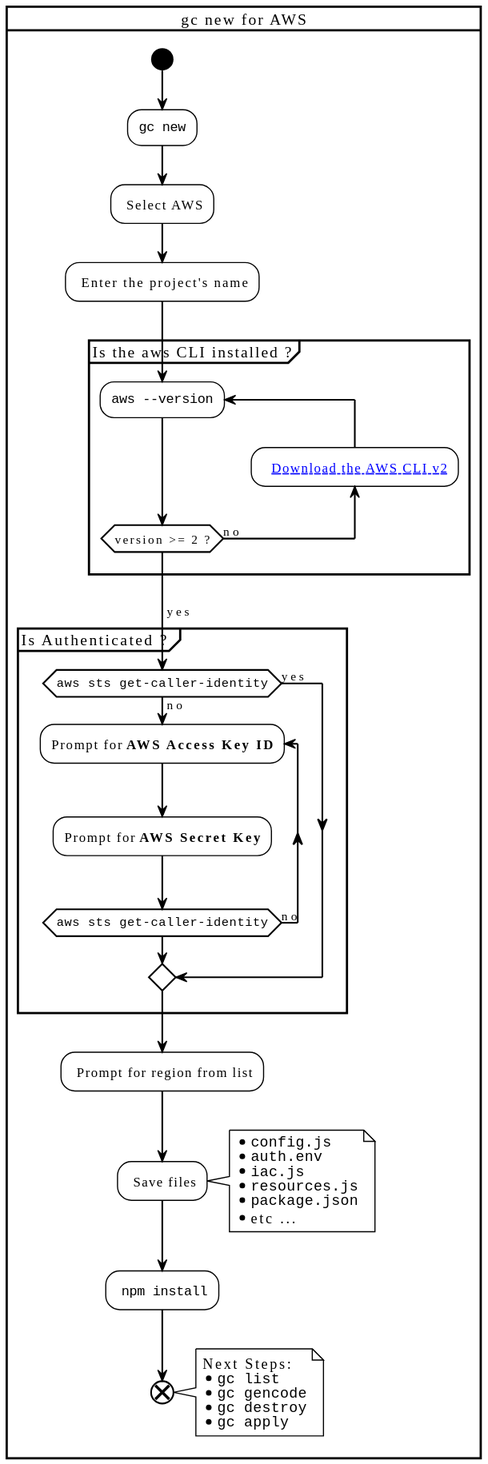
The PlantUML diagram docusaurus/plantuml/gc-new-aws.svg in grucloud/grucloud, before a commit.
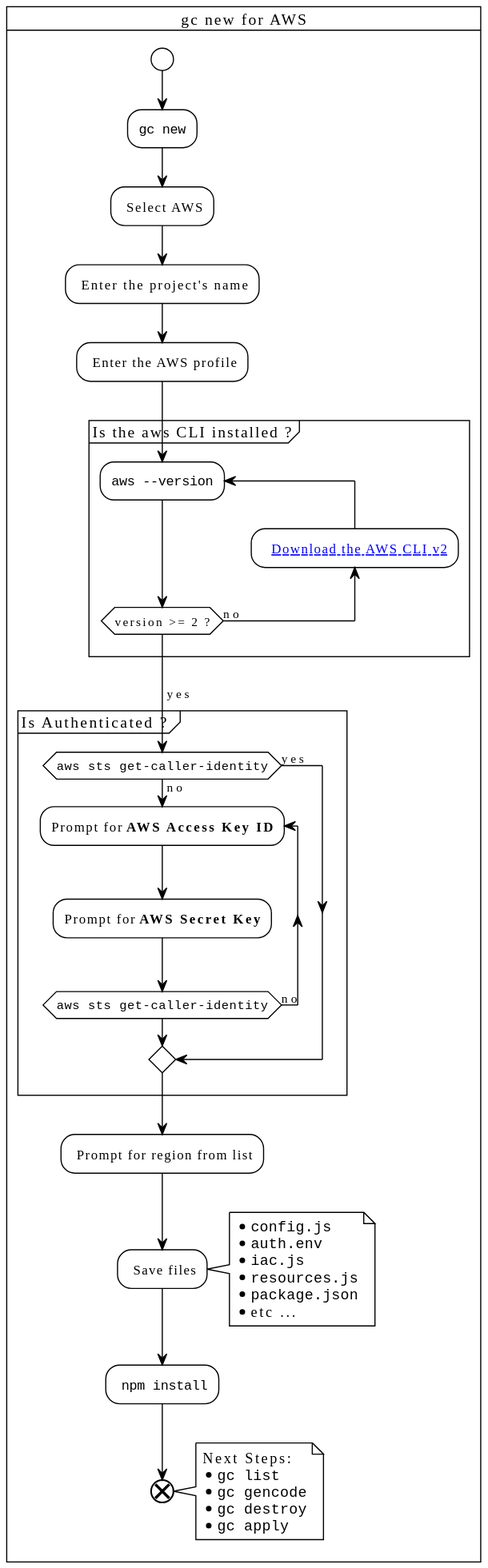
After the commit.

Commit message:
aws profile for gc new

What changed in the source:
```diff
@@ -9,6 +9,7 @@
 :""gc new"";
 : Select AWS;
 : Enter the project's name;
+: Enter the AWS profile;
 
 
 partition "Is the aws CLI installed ?" {
```
